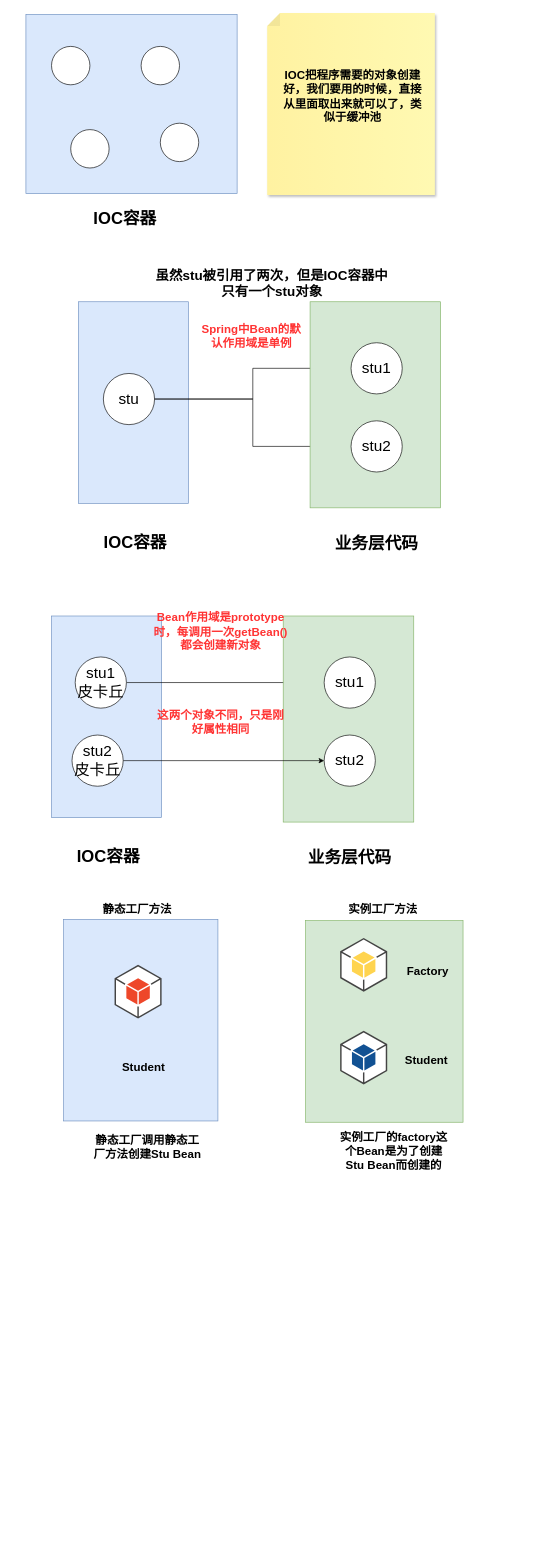
Before: page "ioc" (2 of 2) of Spring.drawio in pkqzyh/pkqzyh.github.io, a draw.io diagram. Source tidied: cells renumbered, new cells numbered last; positions are measured from the earlier drawing's top-left corner, leaving out a move shared by most shapes. Both pictures are drawn from the tidied source at 64%, with x=0, y=0 at pixel (26, 13). Pictures stored in the file or linked from it are replaced by grey dashed boxes.
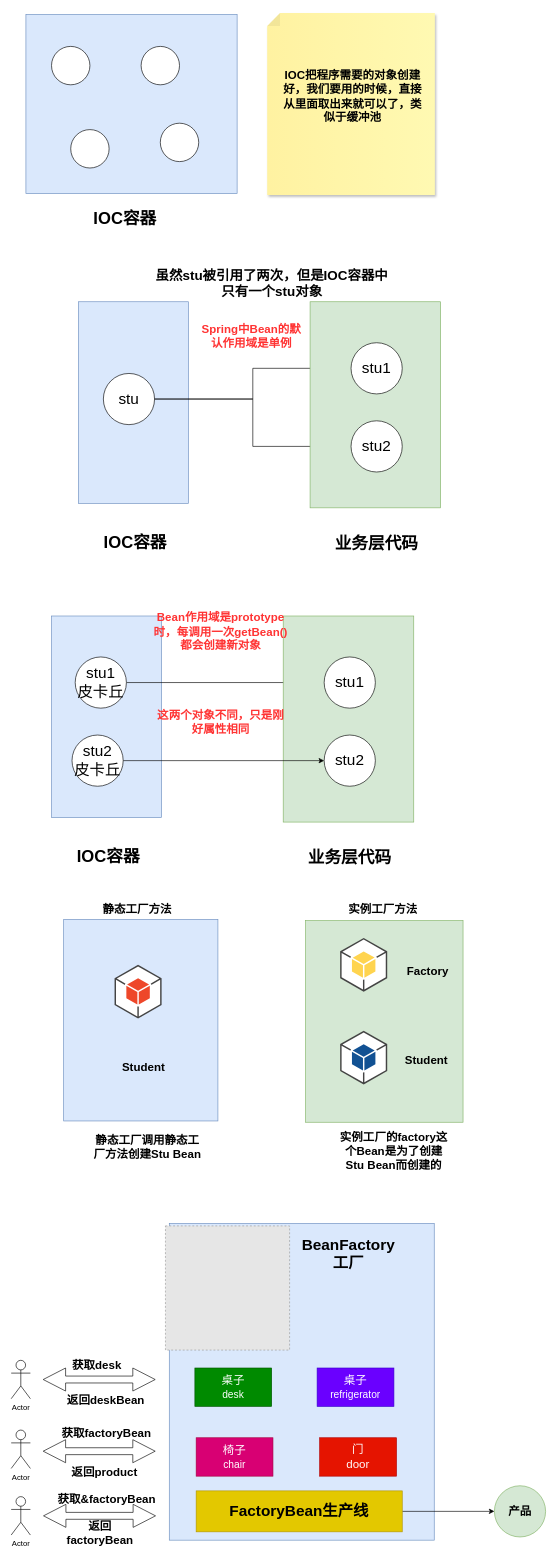
Above is the later version.

Diff of the diagram source:
```diff
@@
+    <mxCell id="45" style="rounded=0;whiteSpace=wrap;html=1;fillColor=#dae8fc;strokeColor=#6c8ebf;" parent="1" vertex="1">
+      <mxGeometry x="224" y="1891" width="414" height="495" as="geometry" />
+    </mxCell>
+    <mxCell id="46" style="fillColor=#E6E6E6;strokeColor=#999999;dashed=1;html=1;verticalAlign=top;verticalLabelPosition=bottom;labelBackgroundColor=#ffffff;" parent="1" vertex="1">
+      <mxGeometry x="218" y="1895" width="194" height="194" as="geometry" />
+    </mxCell>
+    <mxCell id="47" value="&lt;b&gt;&lt;font style=&quot;font-size: 24px;&quot;&gt;BeanFactory工厂&lt;/font&gt;&lt;/b&gt;" style="text;html=1;align=center;verticalAlign=middle;whiteSpace=wrap;rounded=0;" parent="1" vertex="1">
+      <mxGeometry x="459" y="1924" width="90" height="30" as="geometry" />
+    </mxCell>
+    <mxCell id="48" value="&lt;font style=&quot;font-size: 18px;&quot;&gt;桌子&lt;/font&gt;&lt;div&gt;&lt;font size=&quot;3&quot;&gt;desk&lt;/font&gt;&lt;/div&gt;" style="rounded=0;whiteSpace=wrap;html=1;fillColor=#008a00;strokeColor=#005700;fontColor=#ffffff;" parent="1" vertex="1">
+      <mxGeometry x="264" y="2117" width="120" height="60" as="geometry" />
+    </mxCell>
+    <mxCell id="49" value="&lt;span style=&quot;font-size: 18px;&quot;&gt;椅子&lt;/span&gt;&lt;br&gt;&lt;div&gt;&lt;font size=&quot;3&quot;&gt;chair&lt;/font&gt;&lt;/div&gt;" style="rounded=0;whiteSpace=wrap;html=1;fillColor=#d80073;strokeColor=#A50040;fontColor=#ffffff;" parent="1" vertex="1">
+      <mxGeometry x="266" y="2226" width="120" height="60" as="geometry" />
+    </mxCell>
+    <mxCell id="50" value="&lt;font style=&quot;font-size: 18px;&quot;&gt;桌子&lt;/font&gt;&lt;div&gt;&lt;font size=&quot;3&quot;&gt;refrigerator&lt;/font&gt;&lt;/div&gt;" style="rounded=0;whiteSpace=wrap;html=1;fillColor=#6a00ff;strokeColor=#3700CC;fontColor=#ffffff;" parent="1" vertex="1">
+      <mxGeometry x="455" y="2117" width="120" height="60" as="geometry" />
+    </mxCell>
+    <mxCell id="51" value="&lt;span style=&quot;font-size: 18px;&quot;&gt;门&lt;/span&gt;&lt;div&gt;&lt;span style=&quot;font-size: 18px;&quot;&gt;door&lt;/span&gt;&lt;/div&gt;" style="rounded=0;whiteSpace=wrap;html=1;fillColor=#e51400;strokeColor=#B20000;fontColor=#ffffff;" parent="1" vertex="1">
+      <mxGeometry x="459" y="2226" width="120" height="60" as="geometry" />
+    </mxCell>
+    <mxCell id="52" style="edgeStyle=orthogonalEdgeStyle;rounded=0;jettySize=auto;html=1;entryX=0;entryY=0.5;entryDx=0;entryDy=0;" parent="1" edge="1" source="53" target="54">
+      <mxGeometry relative="1" as="geometry" />
+    </mxCell>
+    <mxCell id="53" value="&lt;b&gt;&lt;font style=&quot;font-size: 24px;&quot;&gt;FactoryBean生产线&lt;/font&gt;&lt;/b&gt;" style="rounded=0;whiteSpace=wrap;html=1;fillColor=#e3c800;strokeColor=#B09500;fontColor=#000000;" parent="1" vertex="1">
+      <mxGeometry x="266" y="2309" width="322" height="64" as="geometry" />
+    </mxCell>
+    <mxCell id="54" value="&lt;font style=&quot;font-size: 18px;&quot;&gt;&lt;b&gt;产品&lt;/b&gt;&lt;/font&gt;" style="ellipse;whiteSpace=wrap;html=1;fillColor=#d5e8d4;strokeColor=#82b366;" parent="1" vertex="1">
+      <mxGeometry x="732" y="2301" width="80" height="80" as="geometry" />
+    </mxCell>
+    <mxCell id="55" style="shape=doubleArrow;whiteSpace=wrap;html=1;" parent="1" vertex="1">
+      <mxGeometry x="27" y="2117" width="175" height="36" as="geometry" />
+    </mxCell>
+    <mxCell id="56" value="&lt;b&gt;&lt;font style=&quot;font-size: 18px;&quot;&gt;获取desk&lt;/font&gt;&lt;/b&gt;" style="text;html=1;align=center;verticalAlign=middle;whiteSpace=wrap;rounded=0;" parent="1" vertex="1">
+      <mxGeometry x="66" y="2098" width="90" height="30" as="geometry" />
+    </mxCell>
+    <mxCell id="57" value="&lt;b&gt;&lt;font style=&quot;font-size: 18px;&quot;&gt;返回deskBean&lt;/font&gt;&lt;/b&gt;" style="text;html=1;align=center;verticalAlign=middle;whiteSpace=wrap;rounded=0;" parent="1" vertex="1">
+      <mxGeometry x="53" y="2153" width="144" height="30" as="geometry" />
+    </mxCell>
+    <mxCell id="58" value="Actor" style="shape=umlActor;verticalLabelPosition=bottom;verticalAlign=top;html=1;" parent="1" vertex="1">
+      <mxGeometry x="-23" y="2105" width="30" height="60" as="geometry" />
+    </mxCell>
+    <mxCell id="59" value="Actor" style="shape=umlActor;verticalLabelPosition=bottom;verticalAlign=top;html=1;" parent="1" vertex="1">
+      <mxGeometry x="-23" y="2214" width="30" height="60" as="geometry" />
+    </mxCell>
+    <mxCell id="60" style="shape=doubleArrow;whiteSpace=wrap;html=1;" parent="1" vertex="1">
+      <mxGeometry x="27" y="2229" width="175" height="36" as="geometry" />
+    </mxCell>
+    <mxCell id="61" value="&lt;b&gt;&lt;font style=&quot;font-size: 18px;&quot;&gt;获取factoryBean&lt;/font&gt;&lt;/b&gt;" style="text;html=1;align=center;verticalAlign=middle;whiteSpace=wrap;rounded=0;" parent="1" vertex="1">
+      <mxGeometry x="50" y="2204" width="152" height="30" as="geometry" />
+    </mxCell>
+    <mxCell id="62" value="&lt;b&gt;&lt;font style=&quot;font-size: 18px;&quot;&gt;返回product&lt;/font&gt;&lt;/b&gt;" style="text;html=1;align=center;verticalAlign=middle;whiteSpace=wrap;rounded=0;" parent="1" vertex="1">
+      <mxGeometry x="59" y="2265" width="128" height="30" as="geometry" />
+    </mxCell>
+    <mxCell id="63" value="Actor" style="shape=umlActor;verticalLabelPosition=bottom;verticalAlign=top;html=1;" parent="1" vertex="1">
+      <mxGeometry x="-23" y="2318" width="30" height="60" as="geometry" />
+    </mxCell>
+    <mxCell id="64" style="shape=doubleArrow;whiteSpace=wrap;html=1;" parent="1" vertex="1">
+      <mxGeometry x="27.5" y="2330" width="175" height="36" as="geometry" />
+    </mxCell>
+    <mxCell id="65" value="&lt;b&gt;&lt;font style=&quot;font-size: 18px;&quot;&gt;获取&amp;amp;factoryBean&lt;/font&gt;&lt;/b&gt;" style="text;html=1;align=center;verticalAlign=middle;whiteSpace=wrap;rounded=0;" parent="1" vertex="1">
+      <mxGeometry x="43.5" y="2307" width="165" height="30" as="geometry" />
+    </mxCell>
+    <mxCell id="66" value="&lt;b&gt;&lt;font style=&quot;font-size: 18px;&quot;&gt;返回factoryBean&lt;/font&gt;&lt;/b&gt;" style="text;html=1;align=center;verticalAlign=middle;whiteSpace=wrap;rounded=0;" parent="1" vertex="1">
+      <mxGeometry x="52" y="2360" width="128" height="30" as="geometry" />
+    </mxCell>
```
